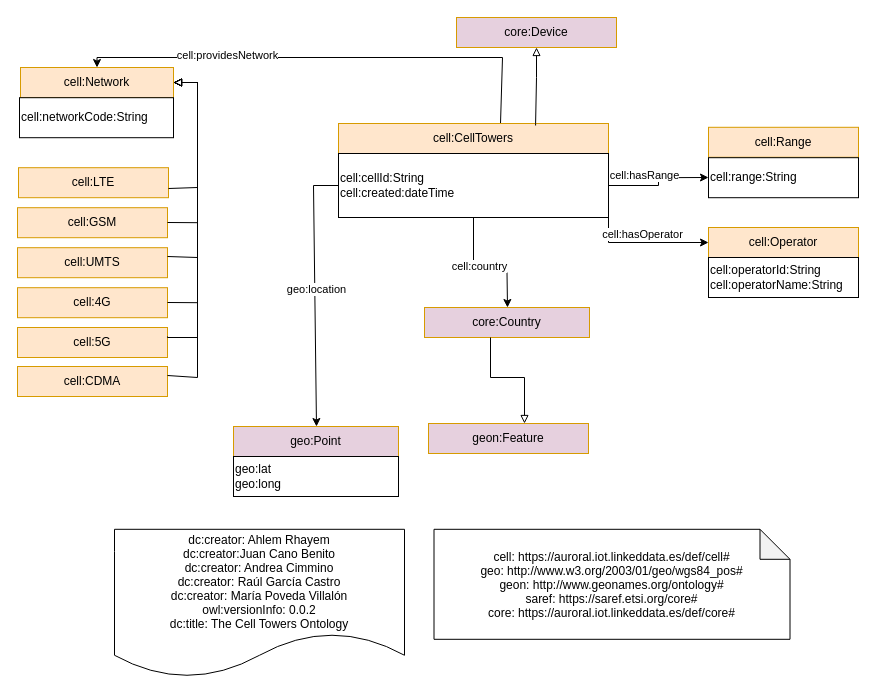
This is Diagram/cell-Towers.drawio from oeg-upm/auroral-cellTower, a draw.io file, before an edit. Source tidied: cells renumbered, new cells numbered last; positions are measured from the earlier drawing's top-left corner, leaving out a move shared by most shapes. Both pictures are drawn from the tidied source at 100%, with x=0, y=0 at pixel (17, 17).
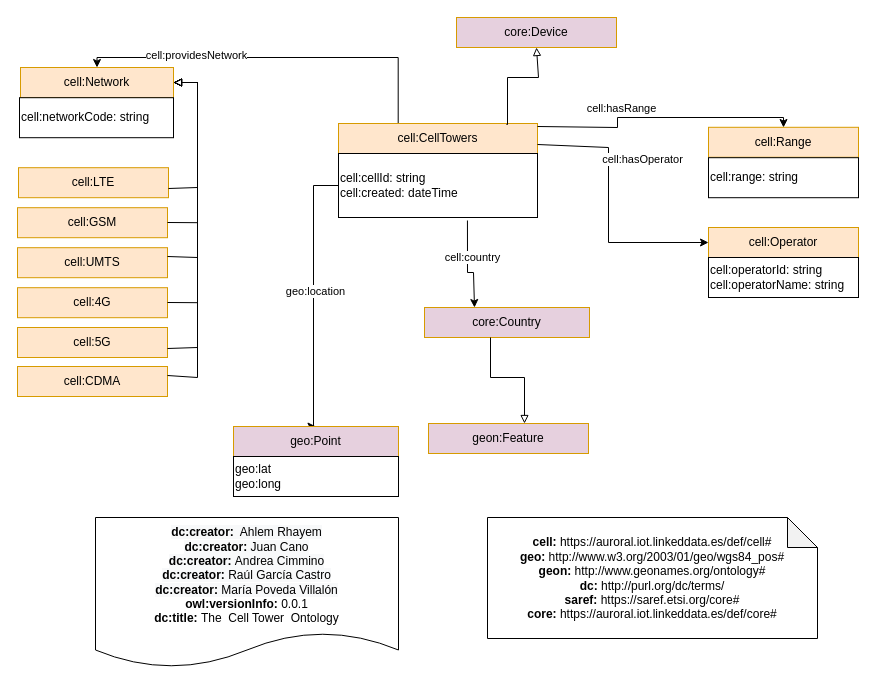
The same diagram, later.

The change refers to these unchanged cells:
```xml
<mxCell id="2" value="cell:Network" style="rounded=0;whiteSpace=wrap;html=1;snapToPoint=1;points=[[0.1,0],[0.2,0],[0.3,0],[0.4,0],[0.5,0],[0.6,0],[0.7,0],[0.8,0],[0.9,0],[0,0.1],[0,0.3],[0,0.5],[0,0.7],[0,0.9],[0.1,1],[0.2,1],[0.3,1],[0.4,1],[0.5,1],[0.6,1],[0.7,1],[0.8,1],[0.9,1],[1,0.1],[1,0.3],[1,0.5],[1,0.7],[1,0.9]];fillColor=#ffe6cc;strokeColor=#d79b00;shadow=0;" parent="1" vertex="1">
  <mxGeometry x="3" y="50" width="153" height="30" as="geometry" />
</mxCell>
<mxCell id="14" value="core:Device" style="rounded=0;whiteSpace=wrap;html=1;snapToPoint=1;points=[[0.1,0],[0.2,0],[0.3,0],[0.4,0],[0.5,0],[0.6,0],[0.7,0],[0.8,0],[0.9,0],[0,0.1],[0,0.3],[0,0.5],[0,0.7],[0,0.9],[0.1,1],[0.2,1],[0.3,1],[0.4,1],[0.5,1],[0.6,1],[0.7,1],[0.8,1],[0.9,1],[1,0.1],[1,0.3],[1,0.5],[1,0.7],[1,0.9]];fillColor=#E6D0DE;strokeColor=#d79b00;shadow=0;" parent="1" vertex="1">
  <mxGeometry x="439" width="160" height="30" as="geometry" />
</mxCell>
<mxCell id="15" value="geo:Point" style="rounded=0;whiteSpace=wrap;html=1;snapToPoint=1;points=[[0.1,0],[0.2,0],[0.3,0],[0.4,0],[0.5,0],[0.6,0],[0.7,0],[0.8,0],[0.9,0],[0,0.1],[0,0.3],[0,0.5],[0,0.7],[0,0.9],[0.1,1],[0.2,1],[0.3,1],[0.4,1],[0.5,1],[0.6,1],[0.7,1],[0.8,1],[0.9,1],[1,0.1],[1,0.3],[1,0.5],[1,0.7],[1,0.9]];fillColor=#E6D0DE;strokeColor=#d79b00;shadow=0;" parent="1" vertex="1">
  <mxGeometry x="216" y="409" width="165" height="30" as="geometry" />
</mxCell>
<mxCell id="16" value="core:Country" style="rounded=0;whiteSpace=wrap;html=1;snapToPoint=1;points=[[0.1,0],[0.2,0],[0.3,0],[0.4,0],[0.5,0],[0.6,0],[0.7,0],[0.8,0],[0.9,0],[0,0.1],[0,0.3],[0,0.5],[0,0.7],[0,0.9],[0.1,1],[0.2,1],[0.3,1],[0.4,1],[0.5,1],[0.6,1],[0.7,1],[0.8,1],[0.9,1],[1,0.1],[1,0.3],[1,0.5],[1,0.7],[1,0.9]];fillColor=#E6D0DE;strokeColor=#d79b00;shadow=0;" parent="1" vertex="1">
  <mxGeometry x="407" y="290" width="165" height="30" as="geometry" />
</mxCell>
<mxCell id="20" value="cell:Range" style="rounded=0;whiteSpace=wrap;html=1;snapToPoint=1;points=[[0.1,0],[0.2,0],[0.3,0],[0.4,0],[0.5,0],[0.6,0],[0.7,0],[0.8,0],[0.9,0],[0,0.1],[0,0.3],[0,0.5],[0,0.7],[0,0.9],[0.1,1],[0.2,1],[0.3,1],[0.4,1],[0.5,1],[0.6,1],[0.7,1],[0.8,1],[0.9,1],[1,0.1],[1,0.3],[1,0.5],[1,0.7],[1,0.9]];fillColor=#ffe6cc;strokeColor=#d79b00;shadow=0;" parent="1" vertex="1">
  <mxGeometry x="691" y="109.8" width="150" height="30" as="geometry" />
</mxCell>
<mxCell id="25" value="cell:Operator" style="rounded=0;whiteSpace=wrap;html=1;snapToPoint=1;points=[[0.1,0],[0.2,0],[0.3,0],[0.4,0],[0.5,0],[0.6,0],[0.7,0],[0.8,0],[0.9,0],[0,0.1],[0,0.3],[0,0.5],[0,0.7],[0,0.9],[0.1,1],[0.2,1],[0.3,1],[0.4,1],[0.5,1],[0.6,1],[0.7,1],[0.8,1],[0.9,1],[1,0.1],[1,0.3],[1,0.5],[1,0.7],[1,0.9]];fillColor=#ffe6cc;strokeColor=#d79b00;shadow=0;" parent="1" vertex="1">
  <mxGeometry x="691" y="210" width="150" height="30" as="geometry" />
</mxCell>
<mxCell id="33" value="cell:5G" style="rounded=0;whiteSpace=wrap;html=1;snapToPoint=1;points=[[0.1,0],[0.2,0],[0.3,0],[0.4,0],[0.5,0],[0.6,0],[0.7,0],[0.8,0],[0.9,0],[0,0.1],[0,0.3],[0,0.5],[0,0.7],[0,0.9],[0.1,1],[0.2,1],[0.3,1],[0.4,1],[0.5,1],[0.6,1],[0.7,1],[0.8,1],[0.9,1],[1,0.1],[1,0.3],[1,0.5],[1,0.7],[1,0.9]];fillColor=#ffe6cc;strokeColor=#d79b00;shadow=0;" parent="1" vertex="1">
  <mxGeometry y="310" width="150" height="30" as="geometry" />
</mxCell>
```

The edit, as a diff of the source:
```diff
@@
-    <mxCell id="4" style="edgeStyle=orthogonalEdgeStyle;rounded=0;jettySize=auto;html=1;entryX=0.5;entryY=0;entryDx=0;entryDy=0;" parent="1" edge="1" source="6" target="2">
+    <mxCell id="4" style="edgeStyle=orthogonalEdgeStyle;rounded=0;jettySize=auto;html=1;entryX=0.5;entryY=0;entryDx=0;entryDy=0;exitX=0.3;exitY=0;exitDx=0;exitDy=0;" parent="1" edge="1" source="6" target="2">
       <mxGeometry relative="1" as="geometry">
         <Array as="points">
-          <mxPoint x="485" y="40" />
+          <mxPoint x="381" y="40" />
           <mxPoint x="80" y="40" />
         </Array>
       </mxGeometry>
     </mxCell>
@@
     <mxCell id="6" value="cell:CellTowers" style="rounded=0;whiteSpace=wrap;html=1;snapToPoint=1;points=[[0.1,0],[0.2,0],[0.3,0],[0.4,0],[0.5,0],[0.6,0],[0.7,0],[0.8,0],[0.9,0],[0,0.1],[0,0.3],[0,0.5],[0,0.7],[0,0.9],[0.1,1],[0.2,1],[0.3,1],[0.4,1],[0.5,1],[0.6,1],[0.7,1],[0.8,1],[0.9,1],[1,0.1],[1,0.3],[1,0.5],[1,0.7],[1,0.9]];fillColor=#ffe6cc;strokeColor=#d79b00;shadow=0;" parent="1" vertex="1">
-      <mxGeometry x="321" y="106" width="270" height="30" as="geometry" />
+      <mxGeometry x="321" y="106" width="199" height="30" as="geometry" />
     </mxCell>
-    <mxCell id="7" style="edgeStyle=orthogonalEdgeStyle;rounded=0;jettySize=auto;html=1;" parent="1" edge="1" source="13" target="16">
+    <mxCell id="7" style="edgeStyle=orthogonalEdgeStyle;rounded=0;jettySize=auto;html=1;exitX=0.648;exitY=1.047;exitDx=0;exitDy=0;exitPerimeter=0;" parent="1" edge="1" source="13" target="16">
       <mxGeometry relative="1" as="geometry">
         <Array as="points">
+          <mxPoint x="450" y="255" />
           <mxPoint x="456" y="255" />
         </Array>
       </mxGeometry>
     </mxCell>
@@
-    <mxCell id="9" style="edgeStyle=orthogonalEdgeStyle;rounded=0;jettySize=auto;html=1;exitX=0;exitY=0.5;exitDx=0;exitDy=0;" parent="1" edge="1" source="13" target="15">
+    <mxCell id="9" style="edgeStyle=orthogonalEdgeStyle;rounded=0;jettySize=auto;html=1;exitX=0;exitY=0.5;exitDx=0;exitDy=0;entryX=0.5;entryY=0;entryDx=0;entryDy=0;" parent="1" edge="1" source="13" target="15">
       <mxGeometry relative="1" as="geometry">
         <Array as="points">
           <mxPoint x="296" y="168" />
+          <mxPoint x="296" y="409" />
         </Array>
       </mxGeometry>
     </mxCell>
@@
-    <mxCell id="11" style="edgeStyle=orthogonalEdgeStyle;rounded=0;jettySize=auto;html=1;" parent="1" edge="1" source="13" target="21">
-      <mxGeometry relative="1" as="geometry" />
+    <mxCell id="11" style="edgeStyle=orthogonalEdgeStyle;rounded=0;jettySize=auto;html=1;" parent="1" edge="1" source="6" target="20">
+      <mxGeometry relative="1" as="geometry">
+        <Array as="points">
+          <mxPoint x="600" y="110" />
+          <mxPoint x="600" y="100" />
+          <mxPoint x="766" y="100" />
+        </Array>
+      </mxGeometry>
     </mxCell>
@@
-    <mxCell id="13" value="&lt;span&gt;&lt;br&gt;cell:cellId:String&lt;br&gt;cell:created:dateTime&lt;br&gt;&lt;br&gt;&lt;/span&gt;" style="rounded=0;whiteSpace=wrap;html=1;snapToPoint=1;points=[[0.1,0],[0.2,0],[0.3,0],[0.4,0],[0.5,0],[0.6,0],[0.7,0],[0.8,0],[0.9,0],[0,0.1],[0,0.3],[0,0.5],[0,0.7],[0,0.9],[0.1,1],[0.2,1],[0.3,1],[0.4,1],[0.5,1],[0.6,1],[0.7,1],[0.8,1],[0.9,1],[1,0.1],[1,0.3],[1,0.5],[1,0.7],[1,0.9]];align=left;" parent="1" vertex="1">
-      <mxGeometry x="321" y="136" width="270" height="64" as="geometry" />
+    <mxCell id="13" value="&lt;span&gt;&lt;br&gt;cell:cellId: string&lt;br&gt;cell:created: dateTime&lt;br&gt;&lt;br&gt;&lt;/span&gt;" style="rounded=0;whiteSpace=wrap;html=1;snapToPoint=1;points=[[0.1,0],[0.2,0],[0.3,0],[0.4,0],[0.5,0],[0.6,0],[0.7,0],[0.8,0],[0.9,0],[0,0.1],[0,0.3],[0,0.5],[0,0.7],[0,0.9],[0.1,1],[0.2,1],[0.3,1],[0.4,1],[0.5,1],[0.6,1],[0.7,1],[0.8,1],[0.9,1],[1,0.1],[1,0.3],[1,0.5],[1,0.7],[1,0.9]];align=left;" parent="1" vertex="1">
+      <mxGeometry x="321" y="136" width="199" height="64" as="geometry" />
     </mxCell>
@@
-    <mxCell id="17" style="edgeStyle=orthogonalEdgeStyle;rounded=0;jettySize=auto;html=1;fontSize=11;endArrow=block;endFill=0;exitX=0.73;exitY=0.067;exitDx=0;exitDy=0;exitPerimeter=0;" parent="1" edge="1" source="6" target="14">
+    <mxCell id="17" style="edgeStyle=orthogonalEdgeStyle;rounded=0;jettySize=auto;html=1;fontSize=11;endArrow=block;endFill=0;exitX=0.844;exitY=0.033;exitDx=0;exitDy=0;exitPerimeter=0;" parent="1" edge="1" source="6" target="14">
       <mxGeometry relative="1" as="geometry">
         <Array as="points">
-          <mxPoint x="518" y="106" />
-          <mxPoint x="519" y="60" />
+          <mxPoint x="490" y="107" />
+          <mxPoint x="490" y="60" />
           <mxPoint x="521" y="60" />
         </Array>
       </mxGeometry>
     </mxCell>
-    <mxCell id="18" value="&lt;span&gt;cell:networkCode:String&lt;br&gt;&lt;/span&gt;" style="rounded=0;whiteSpace=wrap;html=1;align=left;" parent="1" vertex="1">
+    <mxCell id="18" value="&lt;span&gt;cell:networkCode: string&lt;br&gt;&lt;/span&gt;" style="rounded=0;whiteSpace=wrap;html=1;align=left;" parent="1" vertex="1">
       <mxGeometry x="2" y="80.2" width="154" height="40" as="geometry" />
     </mxCell>
@@
-    <mxCell id="21" value="&lt;span&gt;cell:range:String&lt;br&gt;&lt;/span&gt;" style="rounded=0;whiteSpace=wrap;html=1;snapToPoint=1;points=[[0.1,0],[0.2,0],[0.3,0],[0.4,0],[0.5,0],[0.6,0],[0.7,0],[0.8,0],[0.9,0],[0,0.1],[0,0.3],[0,0.5],[0,0.7],[0,0.9],[0.1,1],[0.2,1],[0.3,1],[0.4,1],[0.5,1],[0.6,1],[0.7,1],[0.8,1],[0.9,1],[1,0.1],[1,0.3],[1,0.5],[1,0.7],[1,0.9]];align=left;" parent="1" vertex="1">
+    <mxCell id="21" value="&lt;span&gt;cell:range: string&lt;br&gt;&lt;/span&gt;" style="rounded=0;whiteSpace=wrap;html=1;snapToPoint=1;points=[[0.1,0],[0.2,0],[0.3,0],[0.4,0],[0.5,0],[0.6,0],[0.7,0],[0.8,0],[0.9,0],[0,0.1],[0,0.3],[0,0.5],[0,0.7],[0,0.9],[0.1,1],[0.2,1],[0.3,1],[0.4,1],[0.5,1],[0.6,1],[0.7,1],[0.8,1],[0.9,1],[1,0.1],[1,0.3],[1,0.5],[1,0.7],[1,0.9]];align=left;" parent="1" vertex="1">
       <mxGeometry x="691" y="140.2" width="150" height="40" as="geometry" />
     </mxCell>
@@
-    <mxCell id="23" value="dc:creator: Ahlem Rhayem&#10;dc:creator:Juan Cano Benito&#10;dc:creator: Andrea Cimmino&#10;dc:creator: Raúl García Castro&#10;dc:creator: María Poveda Villalón&#10;owl:versionInfo: 0.0.2&#10;dc:title: The Cell Towers Ontology" style="shape=document;boundedLbl=1;" parent="1" vertex="1">
-      <mxGeometry x="97" y="511.8" width="290" height="148.2" as="geometry" />
-    </mxCell>
-    <mxCell id="24" value="cell: https://auroral.iot.linkeddata.es/def/cell#&#10;geo: http://www.w3.org/2003/01/geo/wgs84_pos#&#10;geon: http://www.geonames.org/ontology#&#10;saref: https://saref.etsi.org/core#&#10;core: https://auroral.iot.linkeddata.es/def/core#" style="shape=note;backgroundOutline=1;darkOpacity=0.05;" parent="1" vertex="1">
-      <mxGeometry x="416.5" y="511.8" width="356" height="110" as="geometry" />
-    </mxCell>
@@
-    <mxCell id="26" style="edgeStyle=orthogonalEdgeStyle;rounded=0;jettySize=auto;html=1;exitX=1;exitY=0.5;exitDx=0;exitDy=0;" parent="1" edge="1" source="13" target="25">
+    <mxCell id="26" style="edgeStyle=orthogonalEdgeStyle;rounded=0;jettySize=auto;html=1;" parent="1" edge="1" source="6" target="25">
       <mxGeometry relative="1" as="geometry">
         <Array as="points">
+          <mxPoint x="591" y="130" />
           <mxPoint x="591" y="225" />
         </Array>
       </mxGeometry>
     </mxCell>
@@
-    <mxCell id="28" value="&lt;span&gt;cell:operatorId:String&lt;br&gt;cell:operatorName:String&lt;br&gt;&lt;/span&gt;" style="rounded=0;whiteSpace=wrap;html=1;align=left;" parent="1" vertex="1">
+    <mxCell id="28" value="&lt;span&gt;cell:operatorId: string&lt;br&gt;cell:operatorName: string&lt;br&gt;&lt;/span&gt;" style="rounded=0;whiteSpace=wrap;html=1;align=left;" parent="1" vertex="1">
       <mxGeometry x="691" y="240" width="150" height="40" as="geometry" />
     </mxCell>
@@
-    <mxCell id="39" style="edgeStyle=orthogonalEdgeStyle;rounded=0;jettySize=auto;html=1;fontSize=11;endArrow=block;endFill=0;exitX=1;exitY=0.3;exitDx=0;exitDy=0;" parent="1" edge="1" source="33" target="2">
+    <mxCell id="39" style="edgeStyle=orthogonalEdgeStyle;rounded=0;jettySize=auto;html=1;fontSize=11;endArrow=block;endFill=0;" parent="1" edge="1" source="33" target="2">
       <mxGeometry relative="1" as="geometry">
         <Array as="points">
-          <mxPoint x="150" y="320" />
-          <mxPoint x="180" y="320" />
+          <mxPoint x="180" y="330" />
           <mxPoint x="180" y="65" />
         </Array>
       </mxGeometry>
     </mxCell>
@@
+    <mxCell id="41" value="&lt;div&gt;&lt;/div&gt;&lt;b&gt;cell:&lt;/b&gt; https://auroral.iot.linkeddata.es/def/cell#&lt;br&gt;&lt;b&gt;geo:&lt;/b&gt;&amp;nbsp;http://www.w3.org/2003/01/geo/wgs84_pos#&lt;br style=&quot;padding: 0px ; margin: 0px&quot;&gt;&lt;b&gt;geon:&lt;/b&gt; http://www.geonames.org/ontology#&lt;br&gt;&lt;b&gt;dc:&lt;/b&gt; http://purl.org/dc/terms/&lt;br&gt;&lt;b&gt;saref:&lt;/b&gt;&amp;nbsp;https://saref.etsi.org/core#&lt;br&gt;&lt;b&gt;core:&lt;/b&gt; https://auroral.iot.linkeddata.es/def/core#&lt;br&gt;" style="shape=note;whiteSpace=wrap;html=1;backgroundOutline=1;darkOpacity=0.05;" parent="1" vertex="1">
+      <mxGeometry x="470" y="500" width="330" height="121" as="geometry" />
+    </mxCell>
+    <mxCell id="42" value="&lt;div&gt;&lt;span style=&quot;background-color: rgb(248 , 249 , 250)&quot;&gt;&lt;b&gt;dc:creator:&amp;nbsp;&lt;/b&gt; Ahlem Rhayem&lt;/span&gt;&lt;br&gt;&lt;/div&gt;&lt;div&gt;&lt;span style=&quot;background-color: rgb(248 , 249 , 250)&quot;&gt;&lt;b&gt;dc:creator:&lt;/b&gt; Juan Cano&lt;/span&gt;&lt;span style=&quot;background-color: rgb(248 , 249 , 250)&quot;&gt;&lt;br&gt;&lt;/span&gt;&lt;/div&gt;&lt;div&gt;&lt;span style=&quot;background-color: rgb(248 , 249 , 250)&quot;&gt;&lt;b&gt;dc:creator:&amp;nbsp;&lt;/b&gt;Andrea Cimmino&lt;/span&gt;&lt;span style=&quot;background-color: rgb(248 , 249 , 250)&quot;&gt;&lt;br&gt;&lt;/span&gt;&lt;/div&gt;&lt;div&gt;&lt;span style=&quot;background-color: rgb(248 , 249 , 250)&quot;&gt;&lt;b&gt;dc:creator:&lt;/b&gt; Raúl García Castro&lt;/span&gt;&lt;span style=&quot;background-color: rgb(248 , 249 , 250)&quot;&gt;&lt;br&gt;&lt;/span&gt;&lt;/div&gt;&lt;div&gt;&lt;span style=&quot;background-color: rgb(248 , 249 , 250)&quot;&gt;&lt;b&gt;dc:creator:&lt;/b&gt; María Poveda Villalón&lt;/span&gt;&lt;span style=&quot;background-color: rgb(248 , 249 , 250)&quot;&gt;&lt;br&gt;&lt;/span&gt;&lt;/div&gt;&lt;div&gt;&lt;b&gt;owl:versionInfo:&lt;/b&gt; 0.0.1&lt;/div&gt;&lt;div&gt;&lt;b&gt;dc:title:&lt;/b&gt;&amp;nbsp;The&amp;nbsp; Cell Tower&amp;nbsp; Ontology&lt;/div&gt;" style="shape=document;whiteSpace=wrap;html=1;boundedLbl=1;labelBackgroundColor=#ffffff;strokeColor=#000000;fontSize=12;fontColor=#000000;size=0.23333333333333334;" parent="1" vertex="1">
+      <mxGeometry x="78" y="500" width="303" height="150" as="geometry" />
+    </mxCell>
```
